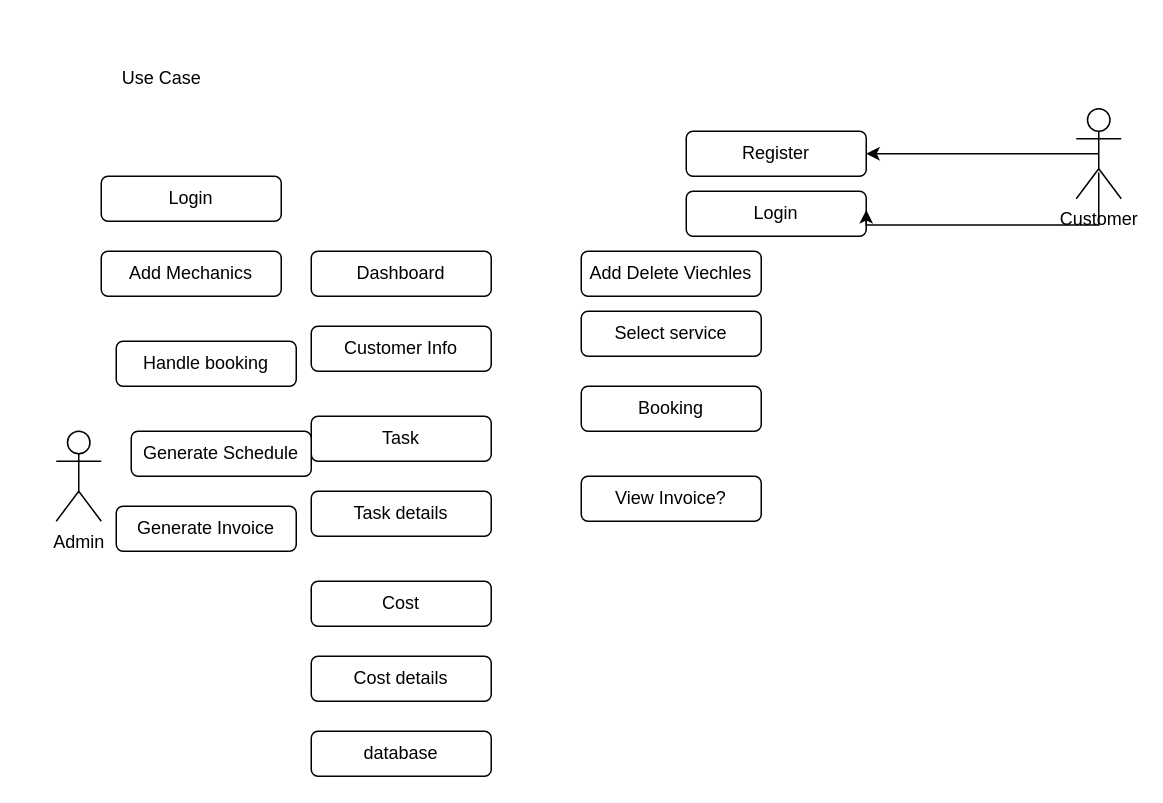
Before: page "UseCase" (1 of 5) of Untitled Diagram.drawio in eminishimoto/Garage-management-project, a draw.io diagram. Source tidied: cells renumbered, new cells numbered last; positions are measured from the earlier drawing's top-left corner, leaving out a move shared by most shapes. Both pictures are drawn from the tidied source at 150%, with x=0, y=0 at pixel (56, 56).
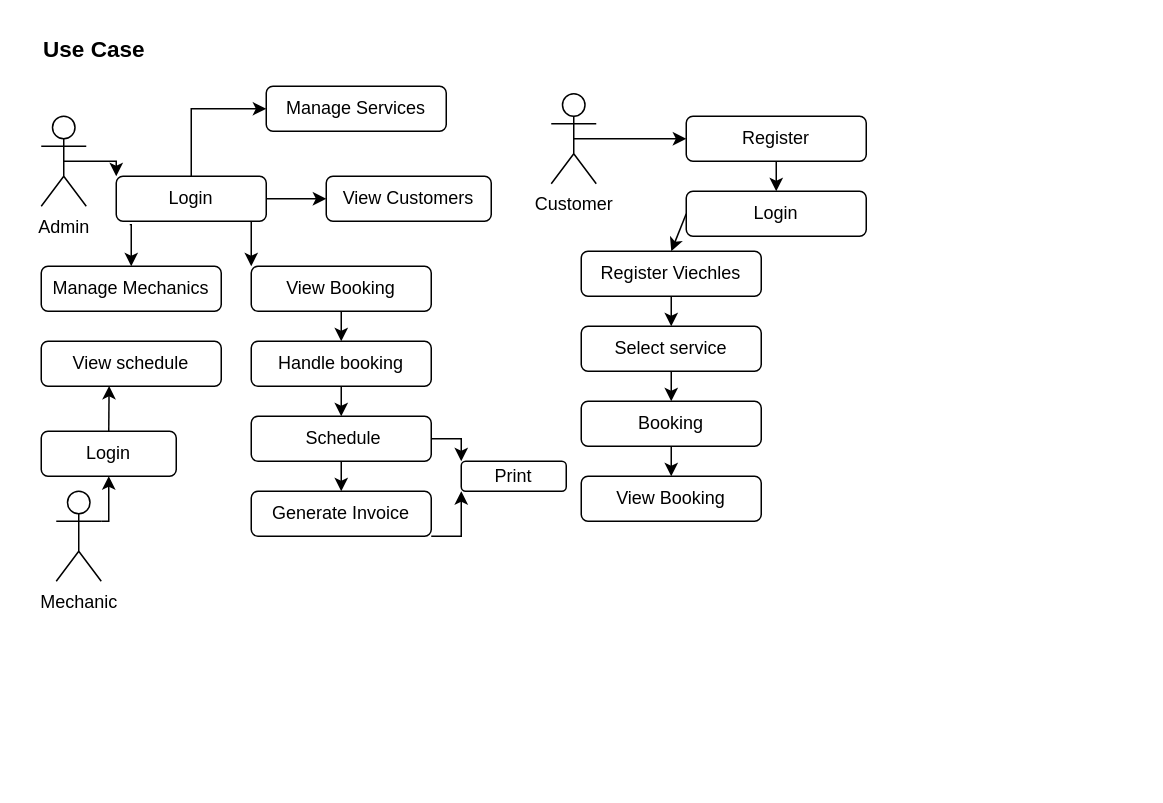
The same diagram, later.

Unchanged cells that the change refers to:
```xml
<mxCell id="19" value="Login" style="rounded=1;whiteSpace=wrap;html=1;" parent="1" vertex="1">
  <mxGeometry x="420" y="90" width="120" height="30" as="geometry" />
</mxCell>
```

Change to the diagram source:
```diff
@@
+    <mxCell id="25" style="edgeStyle=orthogonalEdgeStyle;rounded=0;jettySize=auto;html=1;exitX=0.5;exitY=0.5;exitDx=0;exitDy=0;exitPerimeter=0;entryX=0;entryY=0;entryDx=0;entryDy=0;" parent="1" edge="1" source="2" target="13">
+      <mxGeometry relative="1" as="geometry" />
+    </mxCell>
     <mxCell id="2" value="Admin" style="shape=umlActor;verticalLabelPosition=bottom;verticalAlign=top;html=1;outlineConnect=0;" parent="1" vertex="1">
-      <mxGeometry y="250" width="30" height="60" as="geometry" />
+      <mxGeometry x="-10" y="40" width="30" height="60" as="geometry" />
     </mxCell>
-    <mxCell id="3" style="edgeStyle=orthogonalEdgeStyle;rounded=0;jettySize=auto;html=1;exitX=0.5;exitY=0.5;exitDx=0;exitDy=0;exitPerimeter=0;entryX=1;entryY=0.5;entryDx=0;entryDy=0;" parent="1" edge="1" source="4" target="18">
+    <mxCell id="3" style="edgeStyle=orthogonalEdgeStyle;rounded=0;jettySize=auto;html=1;exitX=0.5;exitY=0.5;exitDx=0;exitDy=0;exitPerimeter=0;" parent="1" edge="1" source="4" target="18">
       <mxGeometry relative="1" as="geometry" />
     </mxCell>
     <mxCell id="4" value="Customer" style="shape=umlActor;verticalLabelPosition=bottom;verticalAlign=top;html=1;outlineConnect=0;" parent="1" vertex="1">
-      <mxGeometry x="680" y="35" width="30" height="60" as="geometry" />
+      <mxGeometry x="330" y="25" width="30" height="60" as="geometry" />
     </mxCell>
-    <mxCell id="5" value="Dashboard" style="rounded=1;whiteSpace=wrap;html=1;" parent="1" vertex="1">
-      <mxGeometry x="170" y="130" width="120" height="30" as="geometry" />
-    </mxCell>
-    <mxCell id="6" value="Customer Info" style="rounded=1;whiteSpace=wrap;html=1;" parent="1" vertex="1">
-      <mxGeometry x="170" y="180" width="120" height="30" as="geometry" />
-    </mxCell>
-    <mxCell id="7" value="Task" style="rounded=1;whiteSpace=wrap;html=1;" parent="1" vertex="1">
-      <mxGeometry x="170" y="240" width="120" height="30" as="geometry" />
-    </mxCell>
-    <mxCell id="8" value="Task details" style="rounded=1;whiteSpace=wrap;html=1;" parent="1" vertex="1">
-      <mxGeometry x="170" y="290" width="120" height="30" as="geometry" />
-    </mxCell>
-    <mxCell id="9" value="Cost" style="rounded=1;whiteSpace=wrap;html=1;" parent="1" vertex="1">
-      <mxGeometry x="170" y="350" width="120" height="30" as="geometry" />
-    </mxCell>
-    <mxCell id="10" value="Cost details" style="rounded=1;whiteSpace=wrap;html=1;" parent="1" vertex="1">
-      <mxGeometry x="170" y="400" width="120" height="30" as="geometry" />
-    </mxCell>
-    <mxCell id="11" value="database" style="rounded=1;whiteSpace=wrap;html=1;" parent="1" vertex="1">
-      <mxGeometry x="170" y="450" width="120" height="30" as="geometry" />
-    </mxCell>
-    <mxCell id="12" value="Add Mechanics" style="rounded=1;whiteSpace=wrap;html=1;" parent="1" vertex="1">
-      <mxGeometry x="30" y="130" width="120" height="30" as="geometry" />
+    <mxCell id="12" value="Manage Mechanics" style="rounded=1;whiteSpace=wrap;html=1;" parent="1" vertex="1">
+      <mxGeometry x="-10" y="140" width="120" height="30" as="geometry" />
     </mxCell>
+    <mxCell id="26" style="edgeStyle=orthogonalEdgeStyle;rounded=0;jettySize=auto;html=1;exitX=0.09;exitY=1.075;exitDx=0;exitDy=0;entryX=0.5;entryY=0;entryDx=0;entryDy=0;exitPerimeter=0;" parent="1" edge="1" source="13" target="12">
+      <mxGeometry relative="1" as="geometry" />
+    </mxCell>
+    <mxCell id="27" style="edgeStyle=orthogonalEdgeStyle;rounded=0;jettySize=auto;html=1;exitX=0.75;exitY=1;exitDx=0;exitDy=0;entryX=0;entryY=0;entryDx=0;entryDy=0;" parent="1" edge="1" source="13" target="40">
+      <mxGeometry relative="1" as="geometry" />
+    </mxCell>
+    <mxCell id="28" style="edgeStyle=orthogonalEdgeStyle;rounded=0;jettySize=auto;html=1;exitX=0.5;exitY=0;exitDx=0;exitDy=0;entryX=0;entryY=0.5;entryDx=0;entryDy=0;" parent="1" edge="1" source="13" target="42">
+      <mxGeometry relative="1" as="geometry" />
+    </mxCell>
+    <mxCell id="29" style="edgeStyle=orthogonalEdgeStyle;rounded=0;jettySize=auto;html=1;exitX=1;exitY=0.5;exitDx=0;exitDy=0;entryX=0;entryY=0.5;entryDx=0;entryDy=0;" parent="1" edge="1" source="13" target="47">
+      <mxGeometry relative="1" as="geometry" />
+    </mxCell>
     <mxCell id="13" value="Login" style="rounded=1;whiteSpace=wrap;html=1;" parent="1" vertex="1">
-      <mxGeometry x="30" y="80" width="120" height="30" as="geometry" />
+      <mxGeometry x="40" y="80" width="100" height="30" as="geometry" />
     </mxCell>
+    <mxCell id="30" style="edgeStyle=orthogonalEdgeStyle;rounded=0;jettySize=auto;html=1;exitX=0.5;exitY=1;exitDx=0;exitDy=0;entryX=0.5;entryY=0;entryDx=0;entryDy=0;" parent="1" edge="1" source="14" target="16">
+      <mxGeometry relative="1" as="geometry" />
+    </mxCell>
     <mxCell id="14" value="Handle booking" style="rounded=1;whiteSpace=wrap;html=1;" parent="1" vertex="1">
-      <mxGeometry x="40" y="190" width="120" height="30" as="geometry" />
+      <mxGeometry x="130" y="190" width="120" height="30" as="geometry" />
     </mxCell>
+    <mxCell id="31" style="edgeStyle=orthogonalEdgeStyle;rounded=0;jettySize=auto;html=1;exitX=1;exitY=1;exitDx=0;exitDy=0;entryX=0;entryY=1;entryDx=0;entryDy=0;" parent="1" edge="1" source="15" target="41">
+      <mxGeometry relative="1" as="geometry" />
+    </mxCell>
     <mxCell id="15" value="Generate Invoice" style="rounded=1;whiteSpace=wrap;html=1;" parent="1" vertex="1">
-      <mxGeometry x="40" y="300" width="120" height="30" as="geometry" />
+      <mxGeometry x="130" y="290" width="120" height="30" as="geometry" />
     </mxCell>
+    <mxCell id="32" style="edgeStyle=orthogonalEdgeStyle;rounded=0;jettySize=auto;html=1;exitX=0.5;exitY=1;exitDx=0;exitDy=0;entryX=0.5;entryY=0;entryDx=0;entryDy=0;" parent="1" edge="1" source="16" target="15">
+      <mxGeometry relative="1" as="geometry" />
+    </mxCell>
+    <mxCell id="33" style="edgeStyle=orthogonalEdgeStyle;rounded=0;jettySize=auto;html=1;exitX=1;exitY=0.5;exitDx=0;exitDy=0;entryX=0;entryY=0;entryDx=0;entryDy=0;" parent="1" edge="1" source="16" target="41">
+      <mxGeometry relative="1" as="geometry" />
+    </mxCell>
-    <mxCell id="16" value="Generate Schedule" style="rounded=1;whiteSpace=wrap;html=1;" parent="1" vertex="1">
-      <mxGeometry x="50" y="250" width="120" height="30" as="geometry" />
+    <mxCell id="16" value="&amp;nbsp;Schedule" style="rounded=1;whiteSpace=wrap;html=1;" parent="1" vertex="1">
+      <mxGeometry x="130" y="240" width="120" height="30" as="geometry" />
     </mxCell>
+    <mxCell id="34" style="edgeStyle=orthogonalEdgeStyle;rounded=0;jettySize=auto;html=1;exitX=0.5;exitY=1;exitDx=0;exitDy=0;entryX=0.5;entryY=0;entryDx=0;entryDy=0;" parent="1" edge="1" source="17" target="21">
+      <mxGeometry relative="1" as="geometry" />
+    </mxCell>
     <mxCell id="17" value="Select service" style="rounded=1;whiteSpace=wrap;html=1;" parent="1" vertex="1">
-      <mxGeometry x="350" y="170" width="120" height="30" as="geometry" />
+      <mxGeometry x="350" y="180" width="120" height="30" as="geometry" />
     </mxCell>
+    <mxCell id="35" style="edgeStyle=orthogonalEdgeStyle;rounded=0;jettySize=auto;html=1;exitX=0.5;exitY=1;exitDx=0;exitDy=0;entryX=0.5;entryY=0;entryDx=0;entryDy=0;" parent="1" edge="1" source="18" target="19">
+      <mxGeometry relative="1" as="geometry" />
+    </mxCell>
     <mxCell id="18" value="Register" style="rounded=1;whiteSpace=wrap;html=1;" parent="1" vertex="1">
-      <mxGeometry x="420" y="50" width="120" height="30" as="geometry" />
+      <mxGeometry x="420" y="40" width="120" height="30" as="geometry" />
     </mxCell>
@@
+    <mxCell id="36" style="edgeStyle=orthogonalEdgeStyle;rounded=0;jettySize=auto;html=1;exitX=0.5;exitY=1;exitDx=0;exitDy=0;entryX=0.5;entryY=0;entryDx=0;entryDy=0;" parent="1" edge="1" source="20" target="17">
+      <mxGeometry relative="1" as="geometry" />
+    </mxCell>
-    <mxCell id="20" value="Add Delete Viechles" style="rounded=1;whiteSpace=wrap;html=1;" parent="1" vertex="1">
+    <mxCell id="20" value="Register Viechles" style="rounded=1;whiteSpace=wrap;html=1;" parent="1" vertex="1">
       <mxGeometry x="350" y="130" width="120" height="30" as="geometry" />
     </mxCell>
+    <mxCell id="37" style="edgeStyle=orthogonalEdgeStyle;rounded=0;jettySize=auto;html=1;exitX=0.5;exitY=1;exitDx=0;exitDy=0;entryX=0.5;entryY=0;entryDx=0;entryDy=0;" parent="1" edge="1" source="21" target="22">
+      <mxGeometry relative="1" as="geometry" />
+    </mxCell>
     <mxCell id="21" value="Booking" style="rounded=1;whiteSpace=wrap;html=1;" parent="1" vertex="1">
-      <mxGeometry x="350" y="220" width="120" height="30" as="geometry" />
+      <mxGeometry x="350" y="230" width="120" height="30" as="geometry" />
     </mxCell>
-    <mxCell id="22" value="View Invoice?" style="rounded=1;whiteSpace=wrap;html=1;" parent="1" vertex="1">
+    <mxCell id="22" value="View Booking" style="rounded=1;whiteSpace=wrap;html=1;" parent="1" vertex="1">
       <mxGeometry x="350" y="280" width="120" height="30" as="geometry" />
     </mxCell>
-    <mxCell id="23" value="Use Case" style="text;html=1;align=center;verticalAlign=middle;strokeColor=none;fillColor=none;" parent="1" vertex="1">
-      <mxGeometry x="30" width="80" height="30" as="geometry" />
+    <mxCell id="23" value="&lt;b style=&quot;font-size: 15px;&quot;&gt;Use Case&lt;/b&gt;" style="text;html=1;align=center;verticalAlign=middle;strokeColor=none;fillColor=none;fontSize=15;" parent="1" vertex="1">
+      <mxGeometry x="-20" y="-20" width="90" height="30" as="geometry" />
     </mxCell>
-    <mxCell id="24" style="edgeStyle=orthogonalEdgeStyle;rounded=0;orthogonalLoop=1;jettySize=auto;html=1;exitX=0.5;exitY=0.5;exitDx=0;exitDy=0;exitPerimeter=0;" parent="1" edge="1">
-      <mxGeometry relative="1" as="geometry">
-        <mxPoint x="695" y="77.5" as="sourcePoint" />
-        <mxPoint x="540" y="102.5" as="targetPoint" />
-        <Array as="points">
-          <mxPoint x="695" y="112.5" />
-          <mxPoint x="540" y="112.5" />
-        </Array>
-      </mxGeometry>
-    </mxCell>
+    <mxCell id="38" style="endArrow=classic;html=1;rounded=0;entryX=0.5;entryY=0;entryDx=0;entryDy=0;exitX=0;exitY=0.5;exitDx=0;exitDy=0;" parent="1" edge="1" source="19" target="20">
+      <mxGeometry relative="1" as="geometry" />
+    </mxCell>
+    <mxCell id="39" style="edgeStyle=orthogonalEdgeStyle;rounded=0;jettySize=auto;html=1;exitX=0.5;exitY=1;exitDx=0;exitDy=0;entryX=0.5;entryY=0;entryDx=0;entryDy=0;" parent="1" edge="1" source="40" target="14">
+      <mxGeometry relative="1" as="geometry" />
+    </mxCell>
+    <mxCell id="40" value="View Booking" style="rounded=1;whiteSpace=wrap;html=1;" parent="1" vertex="1">
+      <mxGeometry x="130" y="140" width="120" height="30" as="geometry" />
+    </mxCell>
+    <mxCell id="41" value="Print" style="rounded=1;whiteSpace=wrap;html=1;" parent="1" vertex="1">
+      <mxGeometry x="270" y="270" width="70" height="20" as="geometry" />
+    </mxCell>
+    <mxCell id="42" value="Manage Services" style="rounded=1;whiteSpace=wrap;html=1;" parent="1" vertex="1">
+      <mxGeometry x="140" y="20" width="120" height="30" as="geometry" />
+    </mxCell>
+    <mxCell id="43" style="edgeStyle=orthogonalEdgeStyle;rounded=0;jettySize=auto;html=1;exitX=1;exitY=0.3333333333333333;exitDx=0;exitDy=0;exitPerimeter=0;entryX=0.5;entryY=1;entryDx=0;entryDy=0;" parent="1" edge="1" source="44" target="46">
+      <mxGeometry relative="1" as="geometry" />
+    </mxCell>
+    <mxCell id="44" value="Mechanic" style="shape=umlActor;verticalLabelPosition=bottom;verticalAlign=top;html=1;outlineConnect=0;" parent="1" vertex="1">
+      <mxGeometry y="290" width="30" height="60" as="geometry" />
+    </mxCell>
+    <mxCell id="45" style="edgeStyle=orthogonalEdgeStyle;rounded=0;jettySize=auto;html=1;exitX=0.5;exitY=0;exitDx=0;exitDy=0;entryX=0.377;entryY=0.992;entryDx=0;entryDy=0;entryPerimeter=0;" parent="1" edge="1" source="46" target="48">
+      <mxGeometry relative="1" as="geometry" />
+    </mxCell>
+    <mxCell id="46" value="Login" style="rounded=1;whiteSpace=wrap;html=1;" parent="1" vertex="1">
+      <mxGeometry x="-10" y="250" width="90" height="30" as="geometry" />
+    </mxCell>
+    <mxCell id="47" value="View Customers" style="rounded=1;whiteSpace=wrap;html=1;" parent="1" vertex="1">
+      <mxGeometry x="180" y="80" width="110" height="30" as="geometry" />
+    </mxCell>
+    <mxCell id="48" value="View schedule" style="rounded=1;whiteSpace=wrap;html=1;" parent="1" vertex="1">
+      <mxGeometry x="-10" y="190" width="120" height="30" as="geometry" />
+    </mxCell>
```
